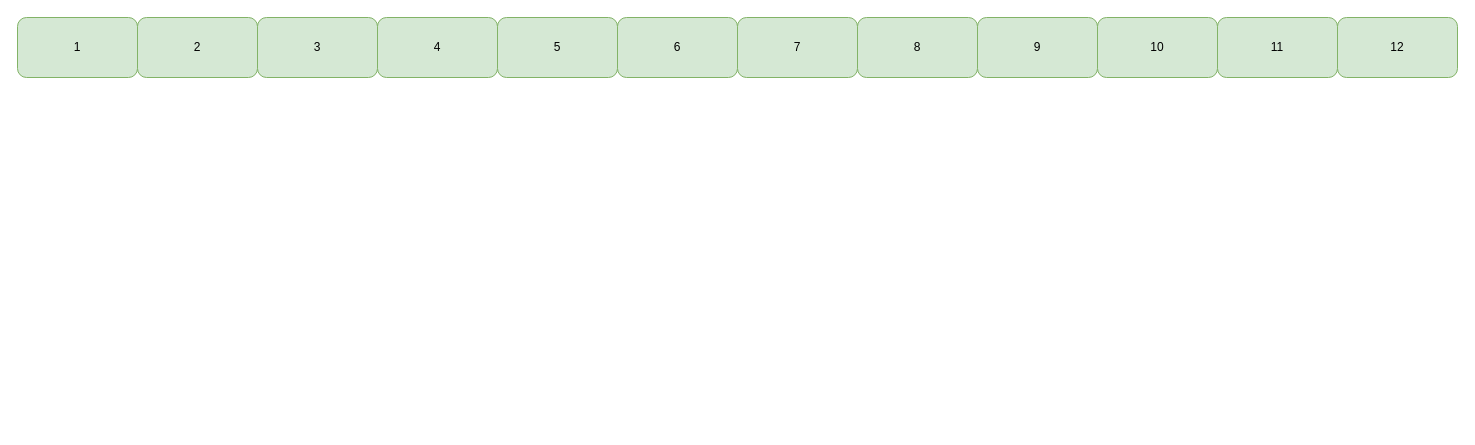
cultureelerfgoed/DNA_NL keeps this draw.io diagram as schema2026.drawio. Above is the earlier version. Source tidied: cells renumbered, new cells numbered last; positions are measured from the earlier drawing's top-left corner, leaving out a move shared by most shapes. Both pictures are drawn from the tidied source at 100%, with x=0, y=0 at pixel (17, 17).
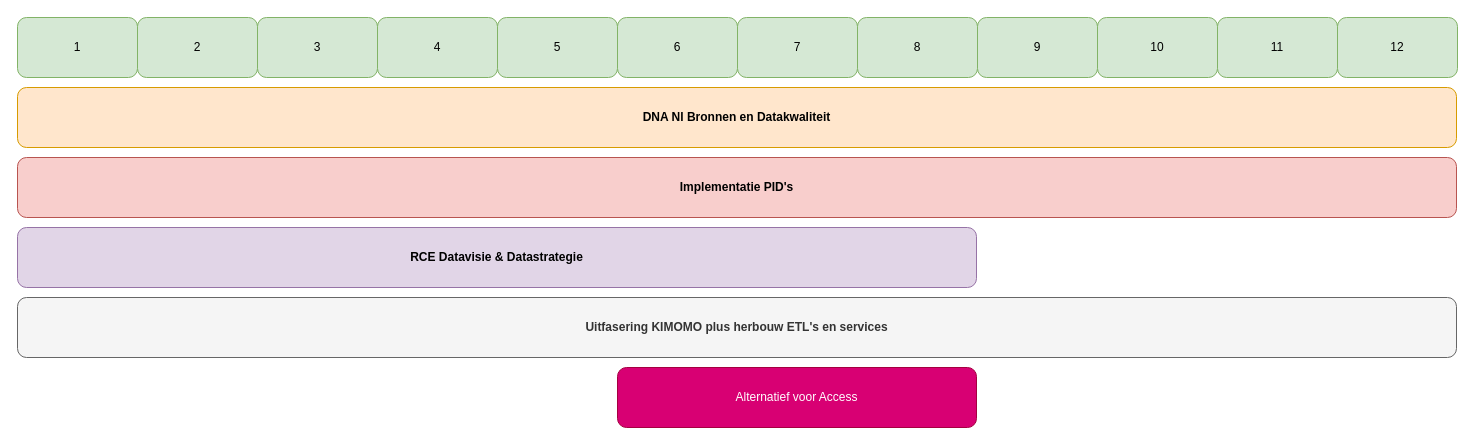
The same page after the edit.

The edit, as a diff of the source:
```diff
@@
 <mxGraphModel>
   <root>
     <mxCell id="0" />
     <mxCell id="1" parent="0" />
     <mxCell id="2" value="1" style="rounded=1;whiteSpace=wrap;html=1;fillColor=#d5e8d4;strokeColor=#82b366;" parent="1" vertex="1">
       <mxGeometry width="120" height="60" as="geometry" />
     </mxCell>
     <mxCell id="3" value="4" style="rounded=1;whiteSpace=wrap;html=1;fillColor=#d5e8d4;strokeColor=#82b366;" parent="1" vertex="1">
       <mxGeometry x="360" width="120" height="60" as="geometry" />
     </mxCell>
     <mxCell id="4" value="3" style="rounded=1;whiteSpace=wrap;html=1;fillColor=#d5e8d4;strokeColor=#82b366;" parent="1" vertex="1">
       <mxGeometry x="240" width="120" height="60" as="geometry" />
     </mxCell>
     <mxCell id="5" value="2" style="rounded=1;whiteSpace=wrap;html=1;fillColor=#d5e8d4;strokeColor=#82b366;" parent="1" vertex="1">
       <mxGeometry x="120" width="120" height="60" as="geometry" />
     </mxCell>
     <mxCell id="6" value="5" style="rounded=1;whiteSpace=wrap;html=1;fillColor=#d5e8d4;strokeColor=#82b366;" parent="1" vertex="1">
       <mxGeometry x="480" width="120" height="60" as="geometry" />
     </mxCell>
     <mxCell id="7" value="6" style="rounded=1;whiteSpace=wrap;html=1;fillColor=#d5e8d4;strokeColor=#82b366;" parent="1" vertex="1">
       <mxGeometry x="600" width="120" height="60" as="geometry" />
     </mxCell>
     <mxCell id="8" value="7" style="rounded=1;whiteSpace=wrap;html=1;fillColor=#d5e8d4;strokeColor=#82b366;" parent="1" vertex="1">
       <mxGeometry x="720" width="120" height="60" as="geometry" />
     </mxCell>
     <mxCell id="9" value="9" style="rounded=1;whiteSpace=wrap;html=1;fillColor=#d5e8d4;strokeColor=#82b366;" parent="1" vertex="1">
       <mxGeometry x="960" width="120" height="60" as="geometry" />
     </mxCell>
     <mxCell id="10" value="8" style="rounded=1;whiteSpace=wrap;html=1;fillColor=#d5e8d4;strokeColor=#82b366;" parent="1" vertex="1">
       <mxGeometry x="840" width="120" height="60" as="geometry" />
     </mxCell>
     <mxCell id="11" value="10" style="rounded=1;whiteSpace=wrap;html=1;fillColor=#d5e8d4;strokeColor=#82b366;" parent="1" vertex="1">
       <mxGeometry x="1080" width="120" height="60" as="geometry" />
     </mxCell>
     <mxCell id="12" value="11" style="rounded=1;whiteSpace=wrap;html=1;fillColor=#d5e8d4;strokeColor=#82b366;" parent="1" vertex="1">
       <mxGeometry x="1200" width="120" height="60" as="geometry" />
     </mxCell>
     <mxCell id="13" value="12" style="rounded=1;whiteSpace=wrap;html=1;fillColor=#d5e8d4;strokeColor=#82b366;" parent="1" vertex="1">
       <mxGeometry x="1320" width="120" height="60" as="geometry" />
     </mxCell>
+    <mxCell id="14" value="&lt;b&gt;DNA Nl Bronnen en Datakwaliteit&lt;/b&gt;" style="rounded=1;whiteSpace=wrap;html=1;fillColor=#ffe6cc;strokeColor=#d79b00;" parent="1" vertex="1">
+      <mxGeometry y="70" width="1439" height="60" as="geometry" />
+    </mxCell>
+    <mxCell id="15" value="&lt;b&gt;Implementatie PID's&lt;/b&gt;" style="rounded=1;whiteSpace=wrap;html=1;fillColor=#f8cecc;strokeColor=#b85450;" parent="1" vertex="1">
+      <mxGeometry y="140" width="1439" height="60" as="geometry" />
+    </mxCell>
+    <mxCell id="16" value="&lt;b&gt;RCE Datavisie &amp;amp; Datastrategie&lt;/b&gt;" style="rounded=1;whiteSpace=wrap;html=1;fillColor=#e1d5e7;strokeColor=#9673a6;" parent="1" vertex="1">
+      <mxGeometry y="210" width="959" height="60" as="geometry" />
+    </mxCell>
+    <mxCell id="17" value="&lt;b&gt;Uitfasering KIMOMO plus herbouw ETL's en services&lt;/b&gt;" style="rounded=1;whiteSpace=wrap;html=1;fillColor=#f5f5f5;strokeColor=#666666;fontColor=#333333;" parent="1" vertex="1">
+      <mxGeometry y="280" width="1439" height="60" as="geometry" />
+    </mxCell>
+    <mxCell id="18" value="Alternatief voor Access" style="rounded=1;whiteSpace=wrap;html=1;fillColor=#d80073;fontColor=#ffffff;strokeColor=#A50040;" parent="1" vertex="1">
+      <mxGeometry x="600" y="350" width="359" height="60" as="geometry" />
+    </mxCell>
   </root>
 </mxGraphModel>
```
